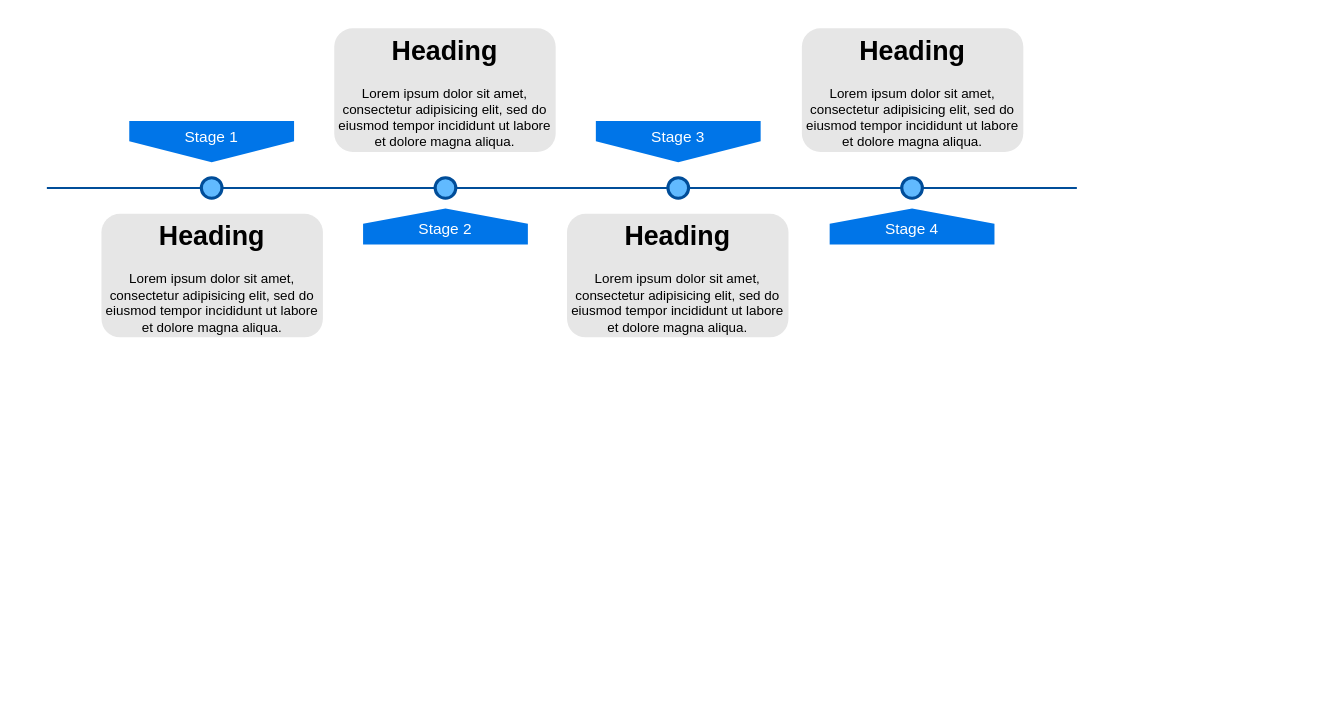
Above: search/Untitled Diagramcal.drawio in YKhimage1/libnx (draw.io), before the change. Source tidied: cells renumbered, new cells numbered last; positions are measured from the earlier drawing's top-left corner, leaving out a move shared by most shapes. Both pictures are drawn from the tidied source at 103%, with x=0, y=0 at pixel (46, 28).
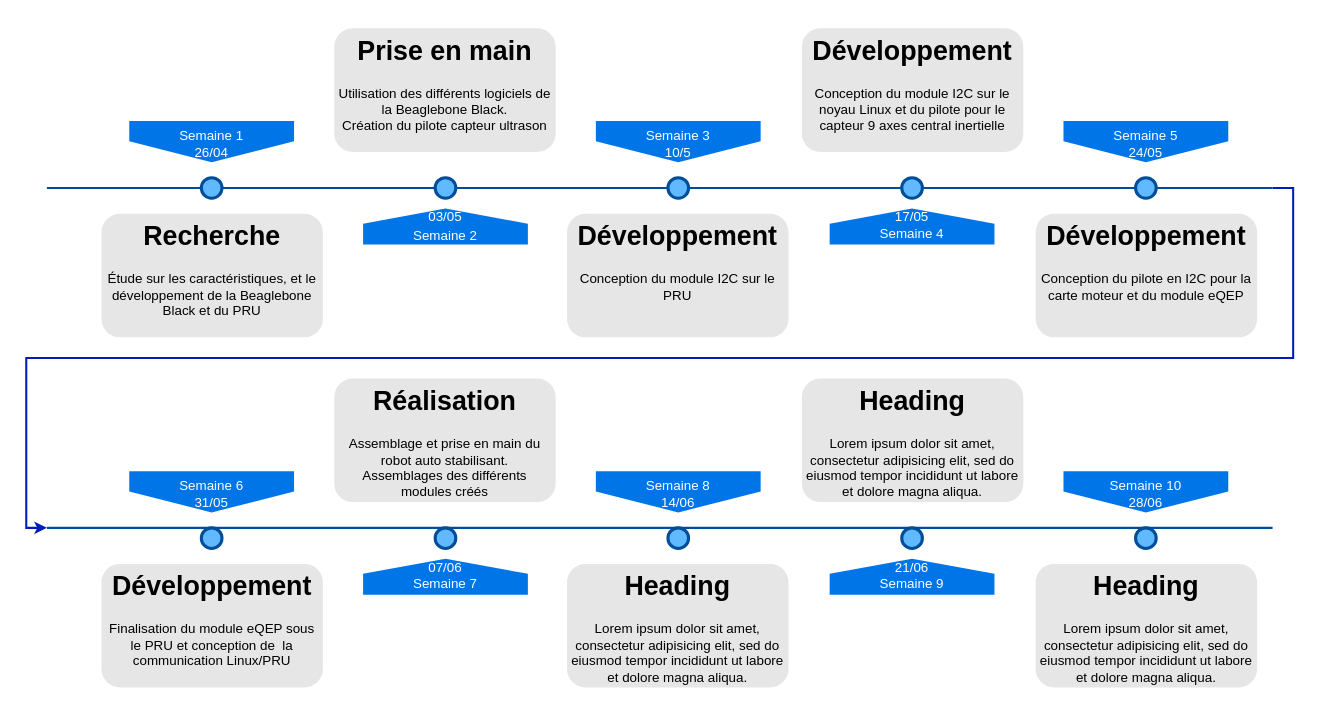
The same page after the edit.

Change to the diagram source:
```diff
@@
+    <mxCell id="15" style="edgeStyle=orthogonalEdgeStyle;rounded=0;jettySize=auto;html=1;exitX=1;exitY=0.5;exitDx=0;exitDy=0;exitPerimeter=0;entryX=0;entryY=0.5;entryDx=0;entryDy=0;entryPerimeter=0;fillColor=#0050ef;strokeColor=#001DBC;strokeWidth=2;" parent="1" edge="1" source="2" target="19">
+      <mxGeometry relative="1" as="geometry" />
+    </mxCell>
     <mxCell id="2" style="line;strokeWidth=2;html=1;fillColor=none;fontSize=28;fontColor=#004D99;strokeColor=#004D99;" parent="1" vertex="1">
-      <mxGeometry y="150" width="1000" height="10" as="geometry" />
+      <mxGeometry y="150" width="1190" height="10" as="geometry" />
     </mxCell>
-    <mxCell id="3" value="Stage 1" style="shape=offPageConnector;whiteSpace=wrap;html=1;fillColor=#0075E8;fontSize=15;fontColor=#FFFFFF;size=0.5093750000000015;verticalAlign=top;strokeColor=none;" parent="1" vertex="1">
+    <mxCell id="3" value="&lt;div style=&quot;font-size: 13px&quot;&gt;Semaine 1&lt;br&gt;26/04&lt;br&gt;&lt;/div&gt;" style="shape=offPageConnector;whiteSpace=wrap;html=1;fillColor=#0075E8;fontSize=13;fontColor=#FFFFFF;size=0.5093750000000015;verticalAlign=top;strokeColor=none;horizontal=1;" parent="1" vertex="1">
       <mxGeometry x="80" y="90" width="160" height="40" as="geometry" />
     </mxCell>
-    <mxCell id="4" value="&lt;span&gt;Stage 3&lt;/span&gt;" style="shape=offPageConnector;whiteSpace=wrap;html=1;fillColor=#0075E8;fontSize=15;fontColor=#FFFFFF;size=0.5093750000000015;verticalAlign=top;strokeColor=none;" parent="1" vertex="1">
+    <mxCell id="4" value="&lt;div style=&quot;font-size: 13px&quot;&gt;Semaine 3&lt;br style=&quot;font-size: 13px&quot;&gt;&lt;/div&gt;&lt;div&gt;10/5&lt;br&gt;&lt;/div&gt;" style="shape=offPageConnector;whiteSpace=wrap;html=1;fillColor=#0075E8;fontSize=13;fontColor=#FFFFFF;size=0.5093750000000015;verticalAlign=top;strokeColor=none;" parent="1" vertex="1">
       <mxGeometry x="533" y="90" width="160" height="40" as="geometry" />
     </mxCell>
-    <mxCell id="5" value="&lt;span&gt;Stage 2&lt;/span&gt;" style="shape=offPageConnector;whiteSpace=wrap;html=1;fillColor=#0075E8;fontSize=15;fontColor=#FFFFFF;size=0.4178571428571445;flipV=1;verticalAlign=bottom;strokeColor=none;spacingBottom=4;" parent="1" vertex="1">
+    <mxCell id="5" value="&lt;font style=&quot;font-size: 13px&quot;&gt;03/05&lt;br&gt;Semaine 2&lt;/font&gt;" style="shape=offPageConnector;whiteSpace=wrap;html=1;fillColor=#0075E8;fontSize=15;fontColor=#FFFFFF;size=0.4178571428571445;flipV=1;verticalAlign=middle;strokeColor=none;spacingBottom=4;" parent="1" vertex="1">
       <mxGeometry x="307" y="175" width="160" height="35" as="geometry" />
     </mxCell>
-    <mxCell id="6" value="&lt;span&gt;Stage 4&lt;/span&gt;" style="shape=offPageConnector;whiteSpace=wrap;html=1;fillColor=#0075E8;fontSize=15;fontColor=#FFFFFF;size=0.4178571428571445;flipV=1;verticalAlign=bottom;strokeColor=none;spacingBottom=4;" parent="1" vertex="1">
+    <mxCell id="6" value="17/05&lt;br&gt;Semaine 4" style="shape=offPageConnector;whiteSpace=wrap;html=1;fillColor=#0075E8;fontSize=13;fontColor=#FFFFFF;size=0.4178571428571445;flipV=1;verticalAlign=middle;strokeColor=none;spacingBottom=4;" parent="1" vertex="1">
       <mxGeometry x="760" y="175" width="160" height="35" as="geometry" />
     </mxCell>
@@
-    <mxCell id="11" value="&lt;h1&gt;Heading&lt;/h1&gt;&lt;p&gt;Lorem ipsum dolor sit amet, consectetur adipisicing elit, sed do eiusmod tempor incididunt ut labore et dolore magna aliqua.&lt;/p&gt;" style="text;html=1;spacing=5;spacingTop=-20;whiteSpace=wrap;overflow=hidden;strokeColor=none;strokeWidth=3;fillColor=#E6E6E6;fontSize=13;fontColor=#000000;align=center;rounded=1;" parent="1" vertex="1">
+    <mxCell id="11" value="&lt;h1&gt;Recherche&lt;br&gt;&lt;/h1&gt;&lt;p&gt;Étude sur les caractéristiques, et le développement de la Beaglebone Black et du PRU&lt;br&gt;&lt;/p&gt;" style="text;html=1;spacing=5;spacingTop=-20;whiteSpace=wrap;overflow=hidden;strokeColor=none;strokeWidth=3;fillColor=#E6E6E6;fontSize=13;fontColor=#000000;align=center;rounded=1;" parent="1" vertex="1">
       <mxGeometry x="53" y="180" width="215" height="120" as="geometry" />
     </mxCell>
-    <mxCell id="12" value="&lt;h1&gt;Heading&lt;/h1&gt;&lt;p&gt;Lorem ipsum dolor sit amet, consectetur adipisicing elit, sed do eiusmod tempor incididunt ut labore et dolore magna aliqua.&lt;/p&gt;" style="text;html=1;spacing=5;spacingTop=-20;whiteSpace=wrap;overflow=hidden;strokeColor=none;strokeWidth=3;fillColor=#E6E6E6;fontSize=13;fontColor=#000000;align=center;rounded=1;" parent="1" vertex="1">
+    <mxCell id="12" value="&lt;h1&gt;Prise en main&lt;br&gt;&lt;/h1&gt;&lt;div&gt;Utilisation des différents logiciels de la Beaglebone Black.&lt;br&gt;Création du pilote capteur ultrason&lt;br&gt;&lt;/div&gt;" style="text;html=1;spacing=5;spacingTop=-20;whiteSpace=wrap;overflow=hidden;strokeColor=none;strokeWidth=3;fillColor=#E6E6E6;fontSize=13;fontColor=#000000;align=center;rounded=1;" parent="1" vertex="1">
       <mxGeometry x="279" width="215" height="120" as="geometry" />
     </mxCell>
-    <mxCell id="13" value="&lt;h1&gt;Heading&lt;/h1&gt;&lt;p&gt;Lorem ipsum dolor sit amet, consectetur adipisicing elit, sed do eiusmod tempor incididunt ut labore et dolore magna aliqua.&lt;/p&gt;" style="text;html=1;spacing=5;spacingTop=-20;whiteSpace=wrap;overflow=hidden;strokeColor=none;strokeWidth=3;fillColor=#E6E6E6;fontSize=13;fontColor=#000000;align=center;rounded=1;" parent="1" vertex="1">
+    <mxCell id="13" value="&lt;h1&gt;Développement&lt;br&gt;&lt;/h1&gt;&lt;p&gt;Conception du module I2C sur le PRU&lt;br&gt;&lt;/p&gt;" style="text;html=1;spacing=5;spacingTop=-20;whiteSpace=wrap;overflow=hidden;strokeColor=none;strokeWidth=3;fillColor=#E6E6E6;fontSize=13;fontColor=#000000;align=center;rounded=1;" parent="1" vertex="1">
       <mxGeometry x="505" y="180" width="215" height="120" as="geometry" />
     </mxCell>
-    <mxCell id="14" value="&lt;h1&gt;Heading&lt;/h1&gt;&lt;p&gt;Lorem ipsum dolor sit amet, consectetur adipisicing elit, sed do eiusmod tempor incididunt ut labore et dolore magna aliqua.&lt;/p&gt;" style="text;html=1;spacing=5;spacingTop=-20;whiteSpace=wrap;overflow=hidden;strokeColor=none;strokeWidth=3;fillColor=#E6E6E6;fontSize=13;fontColor=#000000;align=center;rounded=1;" parent="1" vertex="1">
+    <mxCell id="14" value="&lt;h1&gt;Développement&lt;br&gt;&lt;/h1&gt;Conception du module I2C sur le noyau Linux et du pilote pour le capteur 9 axes central inertielle" style="text;html=1;spacing=5;spacingTop=-20;whiteSpace=wrap;overflow=hidden;strokeColor=none;strokeWidth=3;fillColor=#E6E6E6;fontSize=13;fontColor=#000000;align=center;rounded=1;" parent="1" vertex="1">
       <mxGeometry x="733" width="215" height="120" as="geometry" />
     </mxCell>
+    <mxCell id="16" value="Semaine 5&lt;br&gt;24/05" style="shape=offPageConnector;whiteSpace=wrap;html=1;fillColor=#0075E8;fontSize=13;fontColor=#FFFFFF;size=0.5093750000000015;verticalAlign=top;strokeColor=none;" parent="1" vertex="1">
+      <mxGeometry x="987" y="90" width="160" height="40" as="geometry" />
+    </mxCell>
+    <mxCell id="17" style="ellipse;whiteSpace=wrap;html=1;fillColor=#61BAFF;fontSize=28;fontColor=#004D99;strokeWidth=3;strokeColor=#004D99;" parent="1" vertex="1">
+      <mxGeometry x="1057" y="145" width="20" height="20" as="geometry" />
+    </mxCell>
+    <mxCell id="18" value="&lt;h1&gt;Développement&lt;/h1&gt;&lt;p&gt;Conception du pilote en I2C pour la carte moteur et du module eQEP&lt;br&gt;&lt;/p&gt;" style="text;html=1;spacing=5;spacingTop=-20;whiteSpace=wrap;overflow=hidden;strokeColor=none;strokeWidth=3;fillColor=#E6E6E6;fontSize=13;fontColor=#000000;align=center;rounded=1;" parent="1" vertex="1">
+      <mxGeometry x="960" y="180" width="215" height="120" as="geometry" />
+    </mxCell>
+    <mxCell id="19" style="line;strokeWidth=2;html=1;fillColor=none;fontSize=28;fontColor=#004D99;strokeColor=#004D99;" parent="1" vertex="1">
+      <mxGeometry y="480" width="1190" height="10" as="geometry" />
+    </mxCell>
+    <mxCell id="20" value="&lt;div&gt;Semaine 6&lt;/div&gt;&lt;div&gt;31/05&lt;br&gt;&lt;/div&gt;" style="shape=offPageConnector;whiteSpace=wrap;html=1;fillColor=#0075E8;fontSize=13;fontColor=#FFFFFF;size=0.5093750000000015;verticalAlign=top;strokeColor=none;" parent="1" vertex="1">
+      <mxGeometry x="80" y="430" width="160" height="40" as="geometry" />
+    </mxCell>
+    <mxCell id="21" value="&lt;div style=&quot;font-size: 13px&quot;&gt;Semaine 8&lt;br style=&quot;font-size: 13px&quot;&gt;&lt;/div&gt;&lt;div&gt;14/06&lt;br&gt;&lt;/div&gt;" style="shape=offPageConnector;whiteSpace=wrap;html=1;fillColor=#0075E8;fontSize=13;fontColor=#FFFFFF;size=0.5093750000000015;verticalAlign=top;strokeColor=none;" parent="1" vertex="1">
+      <mxGeometry x="533" y="430" width="160" height="40" as="geometry" />
+    </mxCell>
+    <mxCell id="22" value="07/06&lt;br&gt;Semaine 7" style="shape=offPageConnector;whiteSpace=wrap;html=1;fillColor=#0075E8;fontSize=13;fontColor=#FFFFFF;size=0.4178571428571445;flipV=1;verticalAlign=middle;strokeColor=none;spacingBottom=4;" parent="1" vertex="1">
+      <mxGeometry x="307" y="515" width="160" height="35" as="geometry" />
+    </mxCell>
+    <mxCell id="23" value="21/06&lt;br&gt;Semaine 9" style="shape=offPageConnector;whiteSpace=wrap;html=1;fillColor=#0075E8;fontSize=13;fontColor=#FFFFFF;size=0.4178571428571445;flipV=1;verticalAlign=middle;strokeColor=none;spacingBottom=4;" parent="1" vertex="1">
+      <mxGeometry x="760" y="515" width="160" height="35" as="geometry" />
+    </mxCell>
+    <mxCell id="24" style="ellipse;whiteSpace=wrap;html=1;fillColor=#61BAFF;fontSize=28;fontColor=#004D99;strokeWidth=3;strokeColor=#004D99;" parent="1" vertex="1">
+      <mxGeometry x="150" y="485" width="20" height="20" as="geometry" />
+    </mxCell>
+    <mxCell id="25" style="ellipse;whiteSpace=wrap;html=1;fillColor=#61BAFF;fontSize=28;fontColor=#004D99;strokeWidth=3;strokeColor=#004D99;" parent="1" vertex="1">
+      <mxGeometry x="377" y="485" width="20" height="20" as="geometry" />
+    </mxCell>
+    <mxCell id="26" style="ellipse;whiteSpace=wrap;html=1;fillColor=#61BAFF;fontSize=28;fontColor=#004D99;strokeWidth=3;strokeColor=#004D99;" parent="1" vertex="1">
+      <mxGeometry x="603" y="485" width="20" height="20" as="geometry" />
+    </mxCell>
+    <mxCell id="27" style="ellipse;whiteSpace=wrap;html=1;fillColor=#61BAFF;fontSize=28;fontColor=#004D99;strokeWidth=3;strokeColor=#004D99;" parent="1" vertex="1">
+      <mxGeometry x="830" y="485" width="20" height="20" as="geometry" />
+    </mxCell>
+    <mxCell id="28" value="&lt;h1&gt;Développement&lt;/h1&gt;&lt;p&gt;Finalisation du module eQEP sous le PRU et conception de&amp;nbsp; la communication Linux/PRU&lt;/p&gt;" style="text;html=1;spacing=5;spacingTop=-20;whiteSpace=wrap;overflow=hidden;strokeColor=none;strokeWidth=3;fillColor=#E6E6E6;fontSize=13;fontColor=#000000;align=center;rounded=1;" parent="1" vertex="1">
+      <mxGeometry x="53" y="520" width="215" height="120" as="geometry" />
+    </mxCell>
+    <mxCell id="29" value="&lt;h1&gt;Réalisation&lt;/h1&gt;&lt;p&gt;Assemblage et prise en main du robot auto stabilisant.&lt;br&gt;Assemblages des différents modules créés&lt;br&gt;&lt;/p&gt;" style="text;html=1;spacing=5;spacingTop=-20;whiteSpace=wrap;overflow=hidden;strokeColor=none;strokeWidth=3;fillColor=#E6E6E6;fontSize=13;fontColor=#000000;align=center;rounded=1;" parent="1" vertex="1">
+      <mxGeometry x="279" y="340" width="215" height="120" as="geometry" />
+    </mxCell>
+    <mxCell id="30" value="&lt;h1&gt;Heading&lt;/h1&gt;&lt;p&gt;Lorem ipsum dolor sit amet, consectetur adipisicing elit, sed do eiusmod tempor incididunt ut labore et dolore magna aliqua.&lt;/p&gt;" style="text;html=1;spacing=5;spacingTop=-20;whiteSpace=wrap;overflow=hidden;strokeColor=none;strokeWidth=3;fillColor=#E6E6E6;fontSize=13;fontColor=#000000;align=center;rounded=1;" parent="1" vertex="1">
+      <mxGeometry x="505" y="520" width="215" height="120" as="geometry" />
+    </mxCell>
+    <mxCell id="31" value="&lt;h1&gt;Heading&lt;/h1&gt;&lt;p&gt;Lorem ipsum dolor sit amet, consectetur adipisicing elit, sed do eiusmod tempor incididunt ut labore et dolore magna aliqua.&lt;/p&gt;" style="text;html=1;spacing=5;spacingTop=-20;whiteSpace=wrap;overflow=hidden;strokeColor=none;strokeWidth=3;fillColor=#E6E6E6;fontSize=13;fontColor=#000000;align=center;rounded=1;" parent="1" vertex="1">
+      <mxGeometry x="733" y="340" width="215" height="120" as="geometry" />
+    </mxCell>
+    <mxCell id="32" value="Semaine 10&lt;br&gt;28/06" style="shape=offPageConnector;whiteSpace=wrap;html=1;fillColor=#0075E8;fontSize=13;fontColor=#FFFFFF;size=0.5093750000000015;verticalAlign=top;strokeColor=none;" parent="1" vertex="1">
+      <mxGeometry x="987" y="430" width="160" height="40" as="geometry" />
+    </mxCell>
+    <mxCell id="33" style="ellipse;whiteSpace=wrap;html=1;fillColor=#61BAFF;fontSize=28;fontColor=#004D99;strokeWidth=3;strokeColor=#004D99;" parent="1" vertex="1">
+      <mxGeometry x="1057" y="485" width="20" height="20" as="geometry" />
+    </mxCell>
+    <mxCell id="34" value="&lt;h1&gt;Heading&lt;/h1&gt;&lt;p&gt;Lorem ipsum dolor sit amet, consectetur adipisicing elit, sed do eiusmod tempor incididunt ut labore et dolore magna aliqua.&lt;/p&gt;" style="text;html=1;spacing=5;spacingTop=-20;whiteSpace=wrap;overflow=hidden;strokeColor=none;strokeWidth=3;fillColor=#E6E6E6;fontSize=13;fontColor=#000000;align=center;rounded=1;" parent="1" vertex="1">
+      <mxGeometry x="960" y="520" width="215" height="120" as="geometry" />
+    </mxCell>
```
